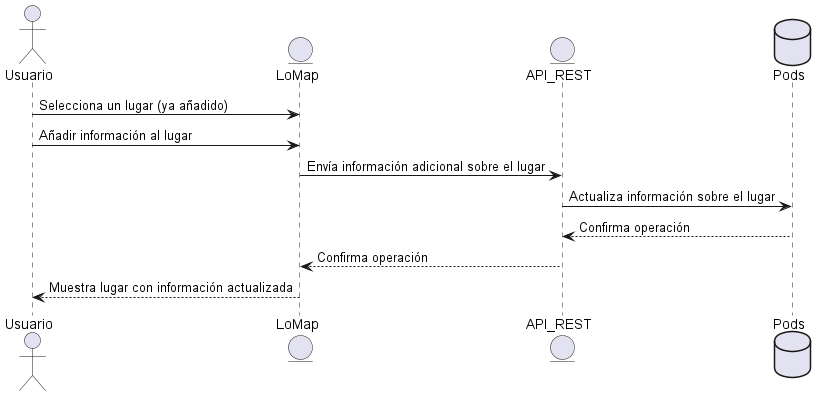
Before: images/Sequence diagram5.png, a diagram exported from PlantUML (Arquisoft/lomap_es3c).
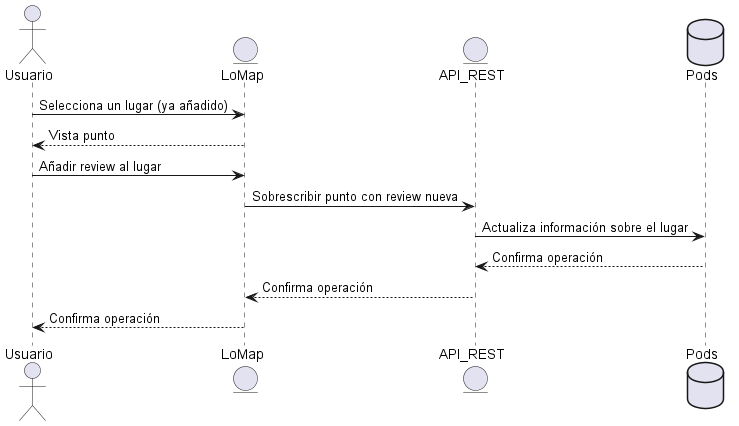
The same diagram one commit later.

Diff of the diagram source:
```diff
@@ -2,12 +2,13 @@
 actor Usuario
 entity LoMap
 Usuario -> LoMap: Selecciona un lugar (ya añadido)
-Usuario -> LoMap: Añadir información al lugar
+LoMap-->Usuario: Vista punto
+Usuario -> LoMap: Añadir review al lugar
 entity API_REST
+LoMap-> API_REST: Sobrescribir punto con review nueva
 database Pod as "Pods"
-LoMap-> API_REST: Envía información adicional sobre el lugar
 API_REST-> Pod: Actualiza información sobre el lugar
 Pod--> API_REST: Confirma operación
 API_REST--> LoMap: Confirma operación
-LoMap--> Usuario: Muestra lugar con información actualizada
+LoMap--> Usuario: Confirma operación
 @enduml
```
